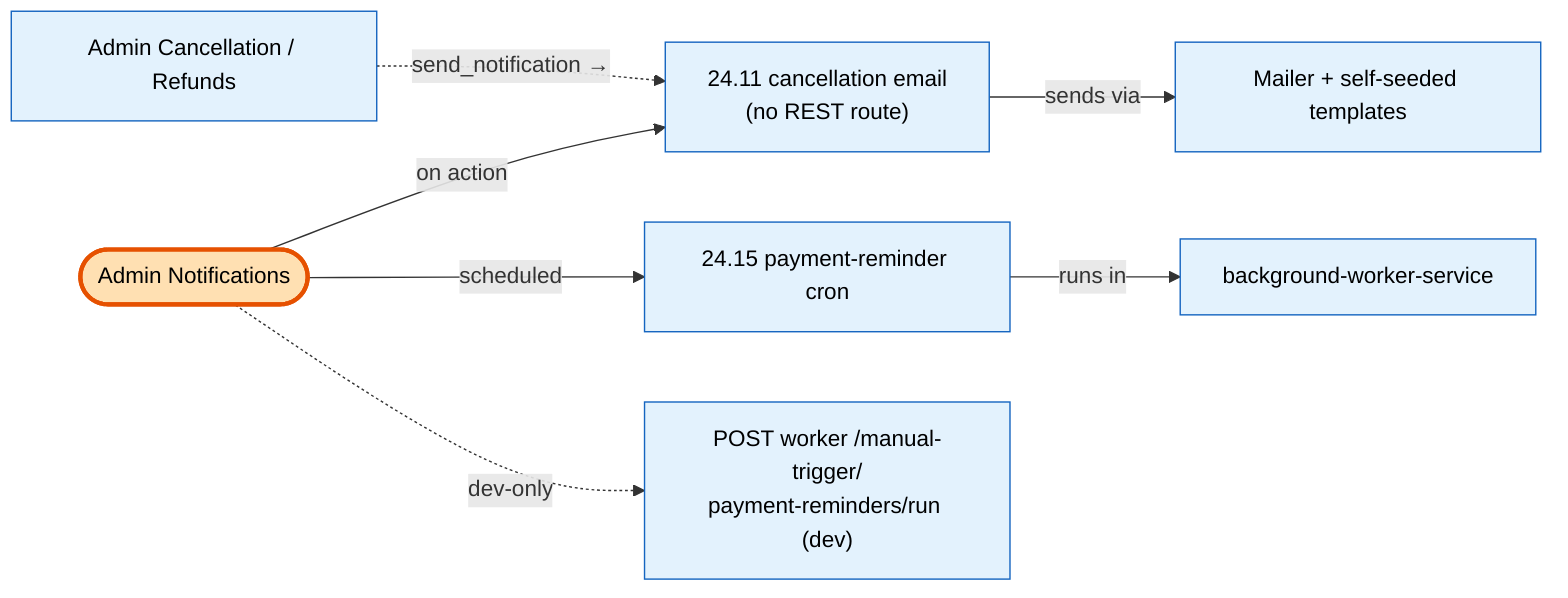
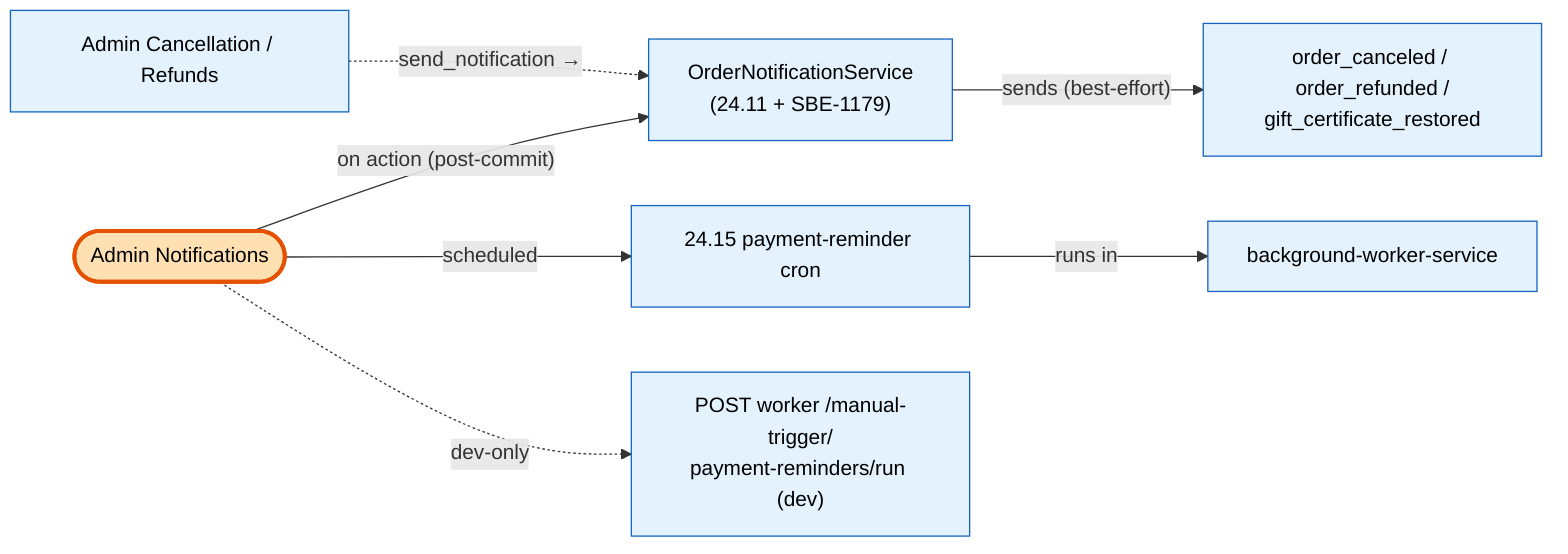
flowchart LR
    CAP(["Admin Notifications"])
-     CANCEL_EMAIL["24.11 cancellation email<br/>(no REST route)"]
+     SVC["OrderNotificationService<br/>(24.11 + SBE-1179)"]
+     TEMPLATES["order_canceled / order_refunded /<br/>gift_certificate_restored"]
    CRON["24.15 payment-reminder cron"]
    TRIGGER["POST worker /manual-trigger/<br/>payment-reminders/run (dev)"]
-     MAILER["Mailer + self-seeded templates"]
    WORKER["background-worker-service"]
    CANCEL["Admin Cancellation / Refunds"]

-     CAP -->|"on action"| CANCEL_EMAIL
+     CAP -->|"on action (post-commit)"| SVC
+     SVC -->|"sends (best-effort)"| TEMPLATES
    CAP -->|"scheduled"| CRON
    CAP -.->|"dev-only"| TRIGGER
-     CANCEL_EMAIL -->|"sends via"| MAILER
    CRON -->|"runs in"| WORKER
-     CANCEL -.->|"send_notification →"| CANCEL_EMAIL
+     CANCEL -.->|"send_notification →"| SVC

    classDef ego fill:#ffe0b2,stroke:#e65100,stroke-width:3px,color:#000;
    classDef neighbor fill:#e3f2fd,stroke:#1565c0,color:#000;
    class CAP ego;
-     class CANCEL_EMAIL,CRON,TRIGGER,MAILER,WORKER,CANCEL neighbor;
+     class SVC,TEMPLATES,CRON,TRIGGER,WORKER,CANCEL neighbor;
